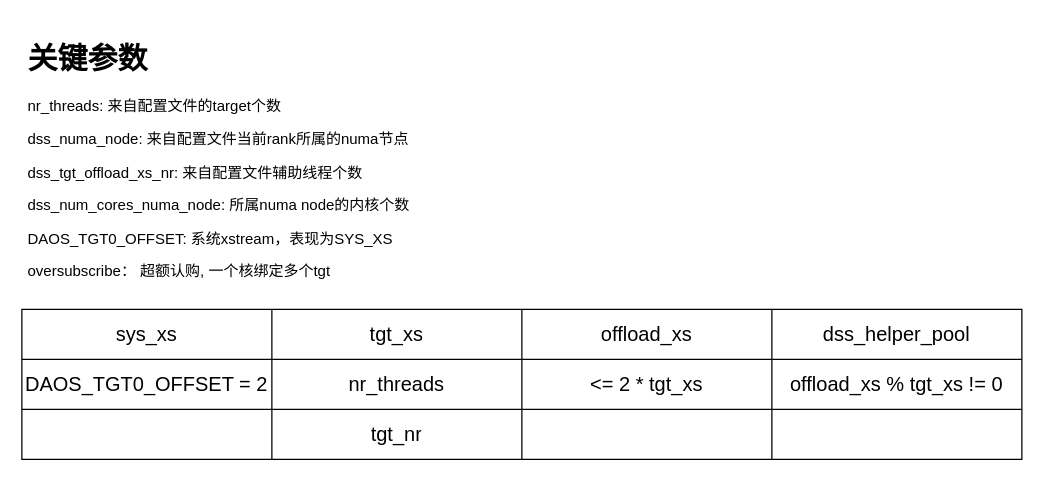
c-wchen/daos_doc keeps this draw.io diagram as page "THEAD_MODLE" (9 of 9) of DAOS时序图drawio.drawio. Above is the earlier version. Source tidied: cells renumbered, new cells numbered last; positions are measured from the earlier drawing's top-left corner, leaving out a move shared by most shapes. Both pictures are drawn from the tidied source at 125%, with x=0, y=0 at pixel (21, 34).
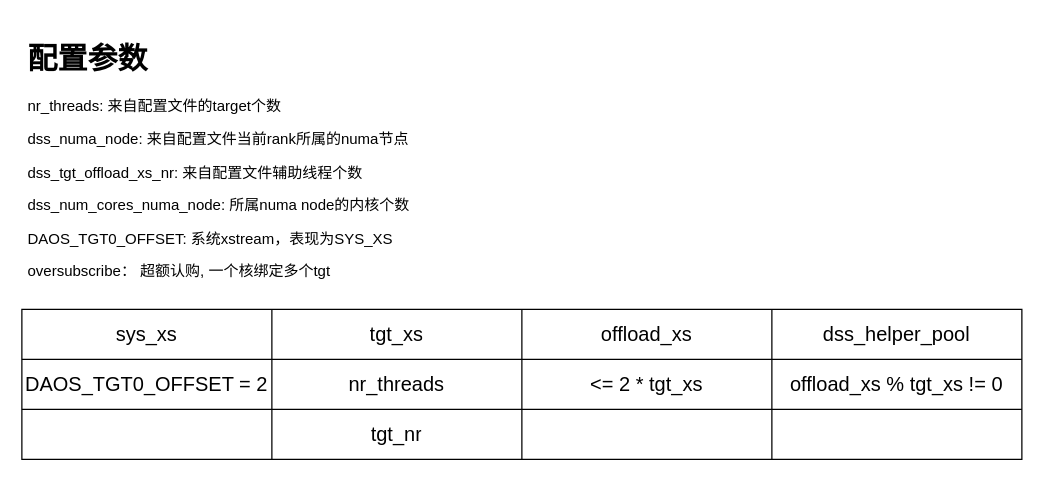
The same diagram, later.

Commit message:
更新DAOS时序图drawio.drawio

Change to the diagram source:
```diff
@@
 <mxGraphModel>
   <root>
     <mxCell id="0" />
     <mxCell id="1" parent="0" />
-    <mxCell id="2" value="&lt;h1&gt;关键参数&lt;/h1&gt;&lt;p&gt;nr_threads: 来自配置文件的target个数&lt;/p&gt;&lt;p&gt;dss_numa_node: 来自配置文件当前rank所属的numa节点&lt;/p&gt;&lt;p&gt;dss_tgt_offload_xs_nr: 来自配置文件辅助线程个数&lt;/p&gt;&lt;p&gt;dss_num_cores_numa_node: 所属numa node的内核个数&lt;/p&gt;&lt;p&gt;DAOS_TGT0_OFFSET: 系统xstream，表现为SYS_XS&lt;/p&gt;&lt;p&gt;oversubscribe： 超额认购, 一个核绑定多个tgt&lt;/p&gt;&lt;p&gt;&lt;br&gt;&lt;/p&gt;" style="text;html=1;strokeColor=none;fillColor=none;spacing=5;spacingTop=-20;whiteSpace=wrap;overflow=hidden;rounded=0;" parent="1" vertex="1">
+    <mxCell id="2" value="&lt;h1&gt;配置参数&lt;/h1&gt;&lt;p&gt;nr_threads: 来自配置文件的target个数&lt;/p&gt;&lt;p&gt;dss_numa_node: 来自配置文件当前rank所属的numa节点&lt;/p&gt;&lt;p&gt;dss_tgt_offload_xs_nr: 来自配置文件辅助线程个数&lt;/p&gt;&lt;p&gt;dss_num_cores_numa_node: 所属numa node的内核个数&lt;/p&gt;&lt;p&gt;DAOS_TGT0_OFFSET: 系统xstream，表现为SYS_XS&lt;/p&gt;&lt;p&gt;oversubscribe： 超额认购, 一个核绑定多个tgt&lt;/p&gt;&lt;p&gt;&lt;br&gt;&lt;/p&gt;" style="text;html=1;strokeColor=none;fillColor=none;spacing=5;spacingTop=-20;whiteSpace=wrap;overflow=hidden;rounded=0;" parent="1" vertex="1">
       <mxGeometry width="430" height="210" as="geometry" />
     </mxCell>
     <mxCell id="3" style="shape=table;startSize=0;childLayout=tableLayout;fontSize=16;" parent="1" vertex="1">
       <mxGeometry y="220" width="800" height="120" as="geometry" />
     </mxCell>
     <mxCell id="4" style="shape=tableRow;horizontal=0;startSize=0;swimlaneHead=0;swimlaneBody=0;strokeColor=inherit;top=0;left=0;bottom=0;right=0;fillColor=none;fontSize=16;" parent="3" vertex="1">
       <mxGeometry width="800" height="40" as="geometry" />
     </mxCell>
     <mxCell id="5" value="sys_xs" style="shape=partialRectangle;html=1;whiteSpace=wrap;strokeColor=inherit;overflow=hidden;fillColor=none;top=0;left=0;bottom=0;right=0;fontSize=16;" parent="4" vertex="1">
       <mxGeometry width="200" height="40" as="geometry" />
     </mxCell>
     <mxCell id="6" value="tgt_xs" style="shape=partialRectangle;html=1;whiteSpace=wrap;strokeColor=inherit;overflow=hidden;fillColor=none;top=0;left=0;bottom=0;right=0;fontSize=16;" parent="4" vertex="1">
       <mxGeometry x="200" width="200" height="40" as="geometry" />
     </mxCell>
     <mxCell id="7" value="offload_xs" style="shape=partialRectangle;html=1;whiteSpace=wrap;strokeColor=inherit;overflow=hidden;fillColor=none;top=0;left=0;bottom=0;right=0;fontSize=16;" parent="4" vertex="1">
       <mxGeometry x="400" width="200" height="40" as="geometry" />
     </mxCell>
     <mxCell id="8" value="dss_helper_pool" style="shape=partialRectangle;html=1;whiteSpace=wrap;strokeColor=inherit;overflow=hidden;fillColor=none;top=0;left=0;bottom=0;right=0;fontSize=16;" parent="4" vertex="1">
       <mxGeometry x="600" width="200" height="40" as="geometry" />
     </mxCell>
     <mxCell id="9" style="shape=tableRow;horizontal=0;startSize=0;swimlaneHead=0;swimlaneBody=0;strokeColor=inherit;top=0;left=0;bottom=0;right=0;fillColor=none;fontSize=16;" parent="3" vertex="1">
       <mxGeometry y="40" width="800" height="40" as="geometry" />
     </mxCell>
     <mxCell id="10" value="DAOS_TGT0_OFFSET = 2" style="shape=partialRectangle;html=1;whiteSpace=wrap;strokeColor=inherit;overflow=hidden;fillColor=none;top=0;left=0;bottom=0;right=0;fontSize=16;" parent="9" vertex="1">
       <mxGeometry width="200" height="40" as="geometry" />
     </mxCell>
     <mxCell id="11" value="nr_threads" style="shape=partialRectangle;html=1;whiteSpace=wrap;strokeColor=inherit;overflow=hidden;fillColor=none;top=0;left=0;bottom=0;right=0;fontSize=16;" parent="9" vertex="1">
       <mxGeometry x="200" width="200" height="40" as="geometry" />
     </mxCell>
     <mxCell id="12" value="&amp;lt;= 2 * tgt_xs" style="shape=partialRectangle;html=1;whiteSpace=wrap;strokeColor=inherit;overflow=hidden;fillColor=none;top=0;left=0;bottom=0;right=0;fontSize=16;" parent="9" vertex="1">
       <mxGeometry x="400" width="200" height="40" as="geometry" />
     </mxCell>
     <mxCell id="13" value="offload_xs % tgt_xs != 0" style="shape=partialRectangle;html=1;whiteSpace=wrap;strokeColor=inherit;overflow=hidden;fillColor=none;top=0;left=0;bottom=0;right=0;fontSize=16;" parent="9" vertex="1">
       <mxGeometry x="600" width="200" height="40" as="geometry" />
     </mxCell>
     <mxCell id="14" style="shape=tableRow;horizontal=0;startSize=0;swimlaneHead=0;swimlaneBody=0;strokeColor=inherit;top=0;left=0;bottom=0;right=0;fillColor=none;fontSize=16;" parent="3" vertex="1">
       <mxGeometry y="80" width="800" height="40" as="geometry" />
     </mxCell>
     <mxCell id="15" style="shape=partialRectangle;html=1;whiteSpace=wrap;strokeColor=inherit;overflow=hidden;fillColor=none;top=0;left=0;bottom=0;right=0;fontSize=16;" parent="14" vertex="1">
       <mxGeometry width="200" height="40" as="geometry" />
     </mxCell>
     <mxCell id="16" value="tgt_nr" style="shape=partialRectangle;html=1;whiteSpace=wrap;strokeColor=inherit;overflow=hidden;fillColor=none;top=0;left=0;bottom=0;right=0;fontSize=16;" parent="14" vertex="1">
       <mxGeometry x="200" width="200" height="40" as="geometry" />
     </mxCell>
     <mxCell id="17" style="shape=partialRectangle;html=1;whiteSpace=wrap;strokeColor=inherit;overflow=hidden;fillColor=none;top=0;left=0;bottom=0;right=0;fontSize=16;" parent="14" vertex="1">
       <mxGeometry x="400" width="200" height="40" as="geometry" />
     </mxCell>
     <mxCell id="18" style="shape=partialRectangle;html=1;whiteSpace=wrap;strokeColor=inherit;overflow=hidden;fillColor=none;top=0;left=0;bottom=0;right=0;fontSize=16;" parent="14" vertex="1">
       <mxGeometry x="600" width="200" height="40" as="geometry" />
     </mxCell>
   </root>
 </mxGraphModel>
```
